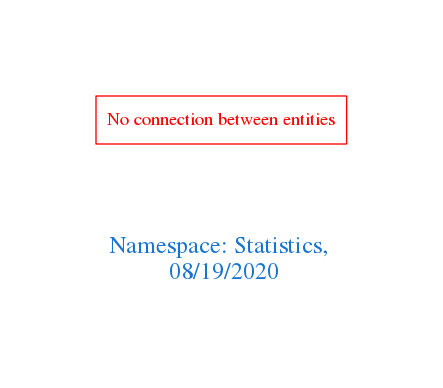
Above: downloads/Statistics.png in arago/OGIT (Graphviz), before the change. Its source is kept beside it as downloads/Statistics.dot.
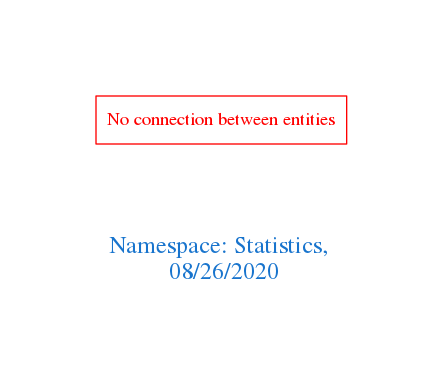
After the commit.

Change to the diagram source:
```diff
@@ -1,7 +1,7 @@
 digraph OGIT_ontology {
  graph [ rankdir= LR,pad=1
 fontsize = 18,
-fontcolor= dodgerblue3,label = "\n\n\nNamespace: Statistics, \n 08/19/2020"];
+fontcolor= dodgerblue3,label = "\n\n\nNamespace: Statistics, \n 08/26/2020"];
 node[shape=polygon];
 edge [  color="gray81"];
 
```
